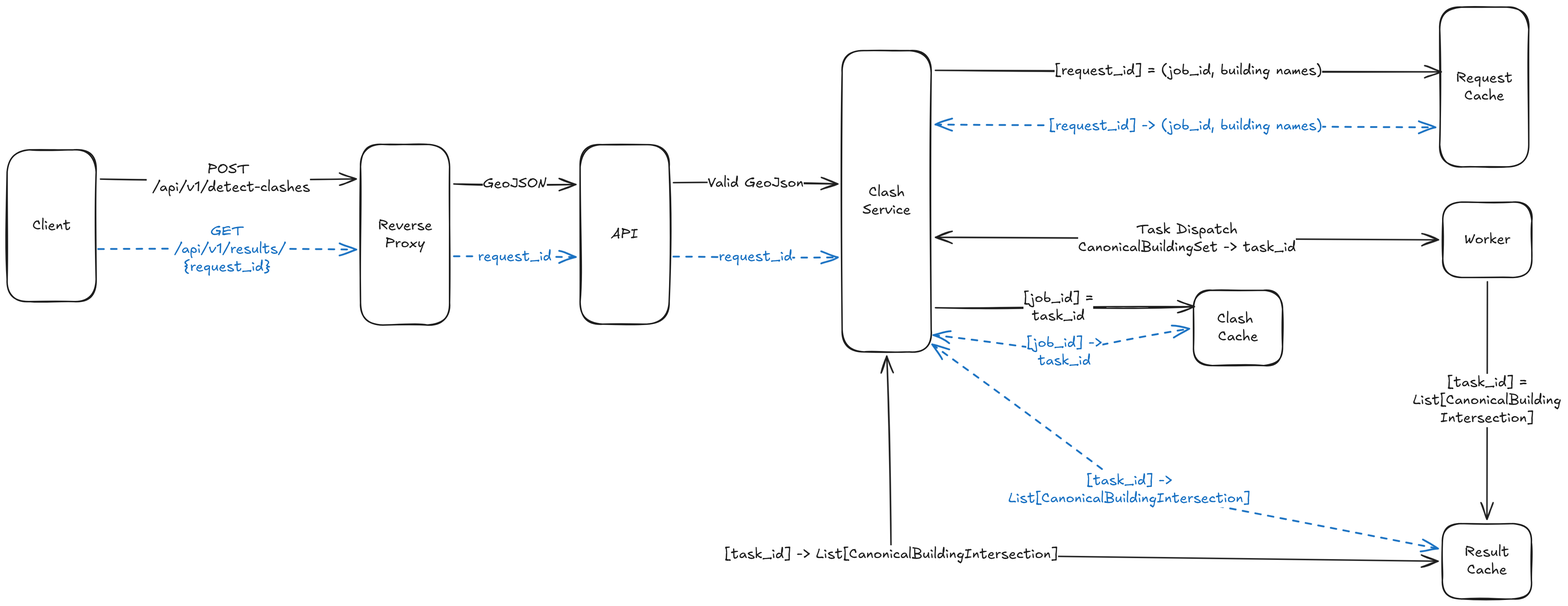
This is docs/diagrams/system-architecture.png from 2pacalypse/clashing-buildings, a Excalidraw export, as it was before one commit. Source tidied: one line per element, renumbered; positions are measured from the earlier drawing's top-left corner, leaving out a move shared by most shapes.
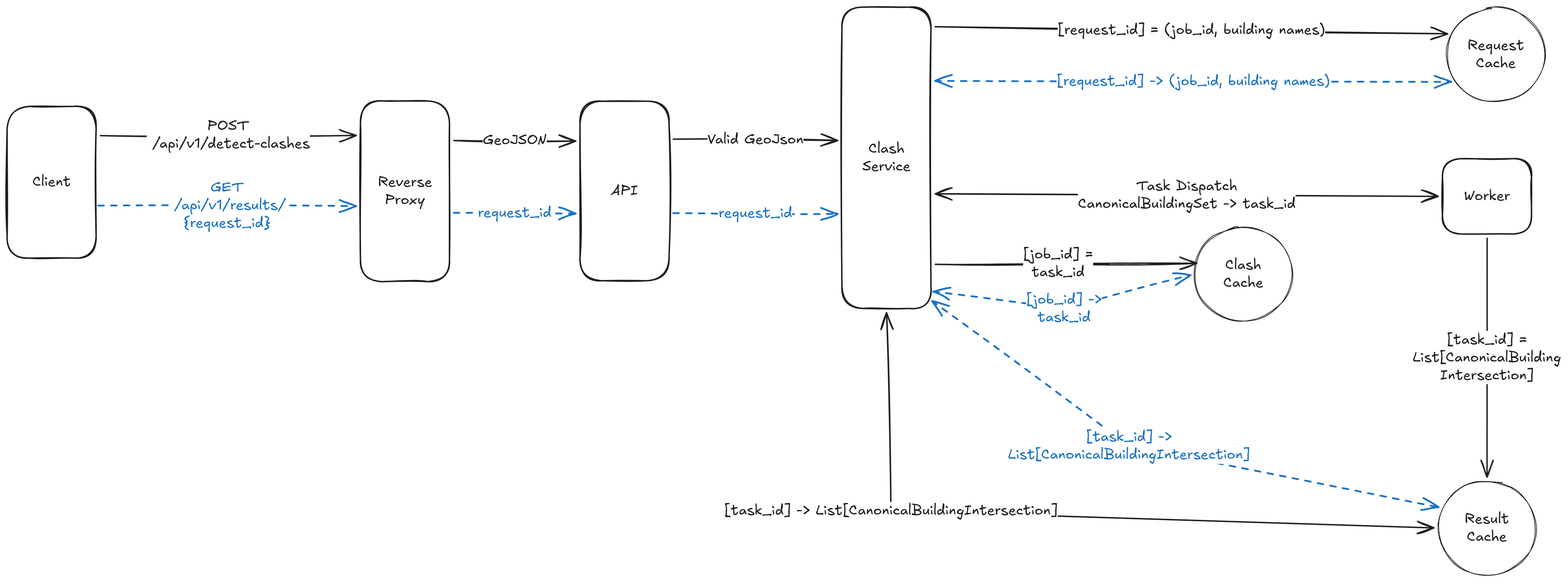
After the commit.

Commit message:
style: update system architecture diagram for improved clarity and visual representation

The edit, as a diff of the source:
```diff
@@ -9,8 +9,6 @@
 {"id": 8, "type": "text", "text": "Valid GeoJson", "strokeColor": "#1e1e1e", "strokeWidth": 2, "roughness": 1, "fontSize": 20, "fontFamily": 5, "textAlign": "center", "verticalAlign": "middle", "inside": 7, "x": 985, "y": 235, "width": 135, "height": 25}
 {"id": 9, "type": "rectangle", "strokeColor": "#1e1e1e", "strokeWidth": 2, "roughness": 1, "round": true, "x": 2018, "y": 274, "width": 125, "height": 106}
 {"id": 10, "type": "text", "text": "Worker", "strokeColor": "#1e1e1e", "strokeWidth": 2, "roughness": 1, "fontSize": 20, "fontFamily": 5, "textAlign": "center", "verticalAlign": "middle", "inside": 9, "x": 2048, "y": 315, "width": 65, "height": 25}
-{"id": 11, "type": "rectangle", "strokeColor": "#1e1e1e", "strokeWidth": 2, "roughness": 1, "round": true, "x": 1668, "y": 398, "width": 125, "height": 106}
-{"id": 12, "type": "text", "text": "Clash \nCache", "strokeColor": "#1e1e1e", "strokeWidth": 2, "roughness": 1, "fontSize": 20, "fontFamily": 5, "textAlign": "center", "verticalAlign": "middle", "inside": 11, "x": 1701, "y": 426, "width": 59, "height": 50}
 {"id": 13, "type": "arrow", "strokeColor": "#1e1e1e", "strokeWidth": 2, "roughness": 1, "startArrowhead": "arrow", "endArrowhead": "arrow", "from": 5, "to": 9, "x": 1305, "y": 324, "width": 707, "height": 4, "points": [[0, 0], [707, 4]]}
 {"id": 14, "type": "text", "text": "Task Dispatch\nCanonicalBuildingSet -> task_id", "strokeColor": "#1e1e1e", "strokeWidth": 2, "roughness": 1, "fontSize": 20, "fontFamily": 5, "textAlign": "center", "verticalAlign": "middle", "inside": 13, "x": 1420, "y": 304, "width": 306, "height": 50}
 {"id": 15, "type": "text", "text": "[task_id] =\nList[CanonicalBuilding\nIntersection]", "strokeColor": "#1e1e1e", "strokeWidth": 2, "roughness": 1, "fontSize": 20, "fontFamily": 5, "textAlign": "center", "verticalAlign": "middle", "inside": 40, "x": 1808, "y": 478, "width": 208, "height": 75}
@@ -19,9 +17,7 @@
 {"id": 18, "type": "rectangle", "strokeColor": "#1e1e1e", "strokeWidth": 2, "roughness": 1, "round": true, "x": 497, "y": 193, "width": 125, "height": 254}
 {"id": 19, "type": "arrow", "strokeColor": "#1e1e1e", "strokeWidth": 2, "roughness": 1, "endArrowhead": "arrow", "from": 18, "to": 0, "x": 628, "y": 248, "width": 171, "height": 1, "points": [[0, 0], [171, 1]]}
 {"id": 20, "type": "text", "text": "Reverse\nProxy", "strokeColor": "#1e1e1e", "strokeWidth": 2, "roughness": 1, "fontSize": 20, "fontFamily": 5, "textAlign": "center", "verticalAlign": "middle", "inside": 18, "x": 521, "y": 295, "width": 77, "height": 50}
-{"id": 21, "type": "rectangle", "strokeColor": "#1e1e1e", "strokeWidth": 2, "roughness": 1, "round": true, "x": 2014, "y": 0, "width": 125, "height": 225}
-{"id": 22, "type": "text", "text": "Request\nCache", "strokeColor": "#1e1e1e", "strokeWidth": 2, "roughness": 1, "fontSize": 20, "fontFamily": 5, "textAlign": "center", "verticalAlign": "middle", "inside": 21, "x": 2036, "y": 87, "width": 80, "height": 50}
-{"id": 23, "type": "arrow", "strokeColor": "#1e1e1e", "strokeWidth": 2, "roughness": 1, "endArrowhead": "arrow", "from": 5, "to": 21, "x": 1305, "y": 89, "width": 711, "height": 2, "points": [[0, 0], [711, 2]]}
+{"id": 23, "type": "arrow", "strokeColor": "#1e1e1e", "strokeWidth": 2, "roughness": 1, "endArrowhead": "arrow", "from": 5, "to": 44, "x": 1305, "y": 89, "width": 720, "height": 10, "points": [[0, 0], [720, 10]]}
 {"id": 24, "type": "text", "text": "[request_id] = (job_id, building names)", "strokeColor": "#1e1e1e", "strokeWidth": 2, "roughness": 1, "fontSize": 20, "fontFamily": 5, "textAlign": "center", "verticalAlign": "middle", "inside": 23, "x": 1472, "y": 77, "width": 376, "height": 25}
 {"id": 25, "type": "arrow", "strokeColor": "#1971c2", "strokeWidth": 2, "strokeStyle": "dashed", "roughness": 1, "endArrowhead": "arrow", "to": 18, "x": 128, "y": 340, "width": 363, "height": 1, "points": [[0, 0], [363, 1]]}
 {"id": 26, "type": "text", "text": "GET\n /api/v1/results/\n{request_id}", "strokeColor": "#1971c2", "strokeWidth": 2, "roughness": 1, "fontSize": 20, "fontFamily": 5, "textAlign": "center", "verticalAlign": "middle", "inside": 25, "x": 227, "y": 303, "width": 165, "height": 75}
@@ -29,16 +25,20 @@
 {"id": 28, "type": "text", "text": "request_id", "strokeColor": "#1971c2", "strokeWidth": 2, "roughness": 1, "fontSize": 20, "fontFamily": 5, "textAlign": "center", "verticalAlign": "middle", "inside": 27, "x": 1000, "y": 339, "width": 103, "height": 25}
 {"id": 29, "type": "arrow", "strokeColor": "#1971c2", "strokeWidth": 2, "strokeStyle": "dashed", "roughness": 1, "endArrowhead": "arrow", "from": 18, "to": 0, "x": 628, "y": 350, "width": 171, "height": 1, "points": [[0, 0], [171, 1]]}
 {"id": 30, "type": "text", "text": "request_id", "strokeColor": "#1971c2", "strokeWidth": 2, "strokeStyle": "dashed", "roughness": 1, "fontSize": 20, "fontFamily": 5, "textAlign": "center", "verticalAlign": "middle", "inside": 29, "x": 662, "y": 338, "width": 103, "height": 25}
-{"id": 31, "type": "arrow", "strokeColor": "#1971c2", "strokeWidth": 2, "strokeStyle": "dashed", "roughness": 1, "startArrowhead": "arrow", "endArrowhead": "arrow", "from": 5, "to": 21, "x": 1305, "y": 165, "width": 703, "height": 4, "points": [[0, 0], [703, 4]]}
+{"id": 31, "type": "arrow", "strokeColor": "#1971c2", "strokeWidth": 2, "strokeStyle": "dashed", "roughness": 1, "startArrowhead": "arrow", "endArrowhead": "arrow", "from": 5, "to": 44, "x": 1305, "y": 165, "width": 726, "height": 1, "points": [[0, 0], [726, 1]]}
 {"id": 32, "type": "text", "text": "[request_id] -> (job_id, building names)", "strokeColor": "#1971c2", "strokeWidth": 2, "roughness": 1, "fontSize": 20, "fontFamily": 5, "textAlign": "center", "verticalAlign": "middle", "inside": 31, "x": 2326, "y": 175, "width": 384, "height": 25}
-{"id": 33, "type": "arrow", "strokeColor": "#1971c2", "strokeWidth": 2, "strokeStyle": "dashed", "roughness": 1, "startArrowhead": "arrow", "endArrowhead": "arrow", "from": 5, "to": 39, "x": 1300, "y": 474, "width": 711, "height": 287, "points": [[0, 0], [277, 204], [711, 287]]}
+{"id": 33, "type": "arrow", "strokeColor": "#1971c2", "strokeWidth": 2, "strokeStyle": "dashed", "roughness": 1, "startArrowhead": "arrow", "endArrowhead": "arrow", "from": 5, "to": 46, "x": 1300, "y": 474, "width": 712, "height": 290, "points": [[0, 0], [277, 204], [712, 290]]}
 {"id": 34, "type": "text", "text": "[task_id] ->\nList[CanonicalBuildingIntersection]", "strokeColor": "#1971c2", "strokeWidth": 2, "roughness": 1, "fontSize": 20, "fontFamily": 5, "textAlign": "center", "verticalAlign": "middle", "inside": 33, "x": 1127, "y": 869, "width": 340, "height": 50}
-{"id": 35, "type": "arrow", "strokeColor": "#1e1e1e", "strokeWidth": 2, "roughness": 1, "endArrowhead": "arrow", "x": 1305, "y": 422, "width": 364, "height": 2, "points": [[0, 0], [173, 0], [364, -2]]}
 {"id": 36, "type": "text", "text": "[job_id] =\ntask_id", "strokeColor": "#1e1e1e", "strokeWidth": 2, "roughness": 1, "fontSize": 20, "fontFamily": 5, "textAlign": "center", "verticalAlign": "middle", "inside": 35, "x": 1438, "y": 411, "width": 98, "height": 50}
-{"id": 37, "type": "arrow", "strokeColor": "#1971c2", "strokeWidth": 2, "strokeStyle": "dashed", "roughness": 1, "startArrowhead": "arrow", "endArrowhead": "arrow", "to": 11, "x": 1302, "y": 461, "width": 360, "height": 33, "points": [[0, 0], [184, 24], [360, -9]]}
+{"id": 37, "type": "arrow", "strokeColor": "#1971c2", "strokeWidth": 2, "strokeStyle": "dashed", "roughness": 1, "startArrowhead": "arrow", "endArrowhead": "arrow", "to": 45, "x": 1302, "y": 461, "width": 362, "height": 47, "points": [[0, 0], [184, 24], [362, -23]]}
 {"id": 38, "type": "text", "text": "[job_id] ->\ntask_id", "strokeColor": "#1971c2", "strokeWidth": 2, "roughness": 1, "fontSize": 20, "fontFamily": 5, "textAlign": "center", "verticalAlign": "middle", "inside": 37, "x": 1433, "y": 460, "width": 107, "height": 50}
-{"id": 39, "type": "rectangle", "strokeColor": "#1e1e1e", "strokeWidth": 2, "roughness": 1, "round": true, "x": 2017, "y": 726, "width": 125, "height": 106}
+{"id": 43, "type": "text", "text": "[task_id] -> List[CanonicalBuildingIntersection]", "strokeColor": "#1e1e1e", "strokeWidth": 2, "roughness": 1, "fontSize": 20, "fontFamily": 5, "textAlign": "center", "verticalAlign": "middle", "inside": 42, "x": 1052, "y": 765, "width": 469, "height": 25}
+{"id": 44, "type": "ellipse", "strokeColor": "#1e1e1e", "strokeWidth": 1, "roughness": 1, "round": true, "x": 2024, "y": 62, "width": 138, "height": 132}
+{"id": 22, "type": "text", "text": "Request\nCache", "strokeColor": "#1e1e1e", "strokeWidth": 1, "roughness": 1, "fontSize": 20, "fontFamily": 5, "textAlign": "center", "verticalAlign": "middle", "inside": 44, "x": 2053, "y": 103, "width": 80, "height": 50}
+{"id": 45, "type": "ellipse", "strokeColor": "#1e1e1e", "strokeWidth": 1, "roughness": 1, "round": true, "x": 1669, "y": 370, "width": 138, "height": 132}
+{"id": 35, "type": "arrow", "strokeColor": "#1e1e1e", "strokeWidth": 2, "roughness": 1, "endArrowhead": "arrow", "to": 45, "x": 1305, "y": 422, "width": 368, "height": 2, "points": [[0, 0], [173, 0], [368, -2]]}
+{"id": 12, "type": "text", "text": "Clash\nCache", "strokeColor": "#1e1e1e", "strokeWidth": 1, "roughness": 1, "fontSize": 20, "fontFamily": 5, "textAlign": "center", "verticalAlign": "middle", "inside": 45, "x": 1710, "y": 412, "width": 56, "height": 50}
+{"id": 46, "type": "ellipse", "strokeColor": "#1e1e1e", "strokeWidth": 1, "roughness": 1, "round": true, "x": 2012, "y": 727, "width": 138, "height": 132}
-{"id": 40, "type": "arrow", "strokeColor": "#1e1e1e", "strokeWidth": 2, "roughness": 1, "endArrowhead": "arrow", "from": 9, "to": 39, "x": 2081, "y": 386, "width": 1, "height": 334, "points": [[0, 0], [-1, 334]]}
+{"id": 40, "type": "arrow", "strokeColor": "#1e1e1e", "strokeWidth": 2, "roughness": 1, "endArrowhead": "arrow", "from": 9, "to": 46, "x": 2081, "y": 386, "width": 0, "height": 336, "points": [[0, 0], [0, 336]]}
+{"id": 42, "type": "arrow", "strokeColor": "#1e1e1e", "strokeWidth": 2, "roughness": 1, "startArrowhead": "arrow", "endArrowhead": "arrow", "from": 5, "to": 46, "x": 1236, "y": 491, "width": 770, "height": 302, "points": [[0, 0], [6, 279], [770, 302]]}
-{"id": 41, "type": "text", "text": "Result\nCache", "strokeColor": "#1e1e1e", "strokeWidth": 2, "roughness": 1, "fontSize": 20, "fontFamily": 5, "textAlign": "center", "verticalAlign": "middle", "inside": 39, "x": 2049, "y": 754, "width": 63, "height": 50}
+{"id": 41, "type": "text", "text": "Result\nCache", "strokeColor": "#1e1e1e", "strokeWidth": 1, "roughness": 1, "fontSize": 20, "fontFamily": 5, "textAlign": "center", "verticalAlign": "middle", "inside": 46, "x": 2049, "y": 769, "width": 63, "height": 50}
-{"id": 42, "type": "arrow", "strokeColor": "#1e1e1e", "strokeWidth": 2, "roughness": 1, "startArrowhead": "arrow", "endArrowhead": "arrow", "from": 5, "to": 39, "x": 1236, "y": 491, "width": 775, "height": 288, "points": [[0, 0], [6, 279], [775, 288]]}
-{"id": 43, "type": "text", "text": "[task_id] -> List[CanonicalBuildingIntersection]", "strokeColor": "#1e1e1e", "strokeWidth": 2, "roughness": 1, "fontSize": 20, "fontFamily": 5, "textAlign": "center", "verticalAlign": "middle", "inside": 42, "x": 1052, "y": 765, "width": 469, "height": 25}
```
